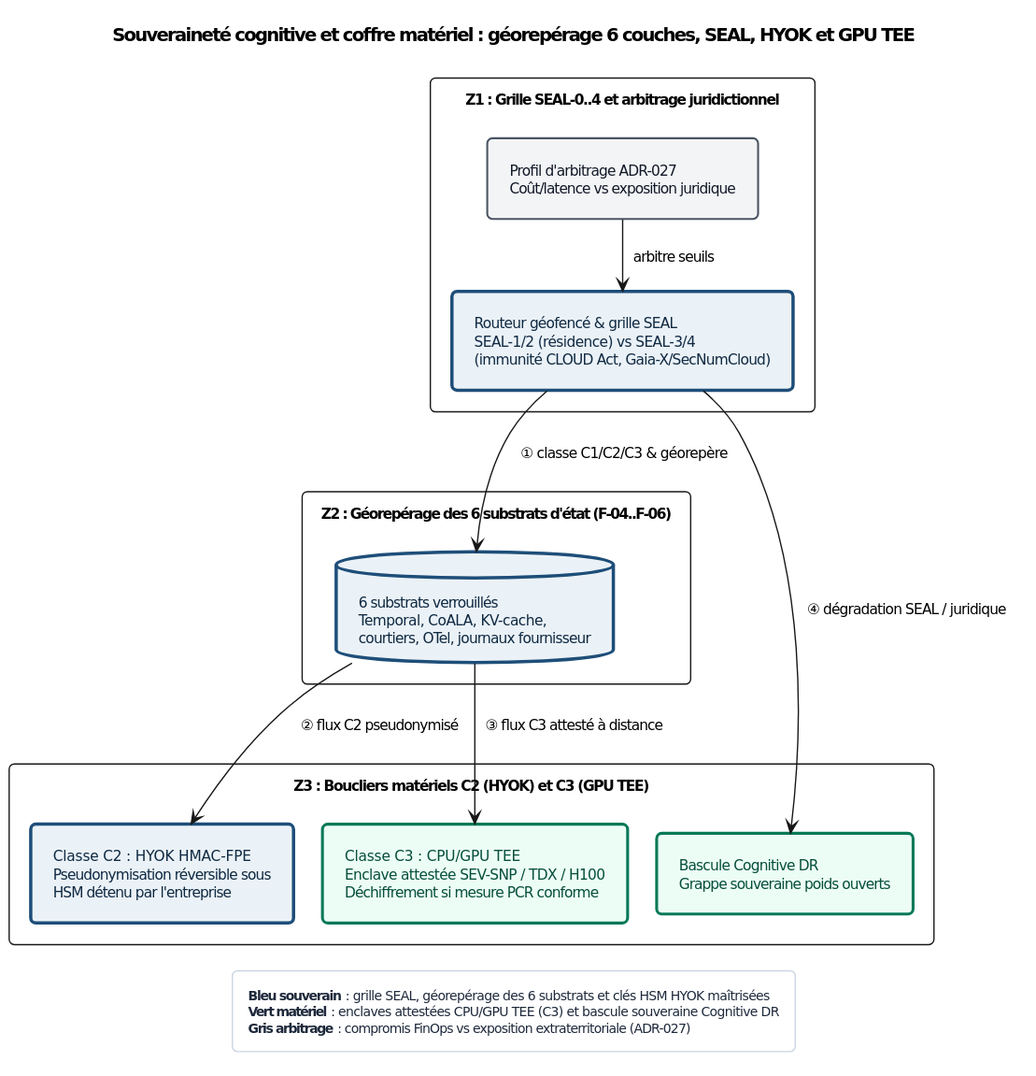
Earlier version of the PlantUML export Compendium/ouvrage/schemas/rendus/SCH-26-03.svg (agbruneau/Agentique).
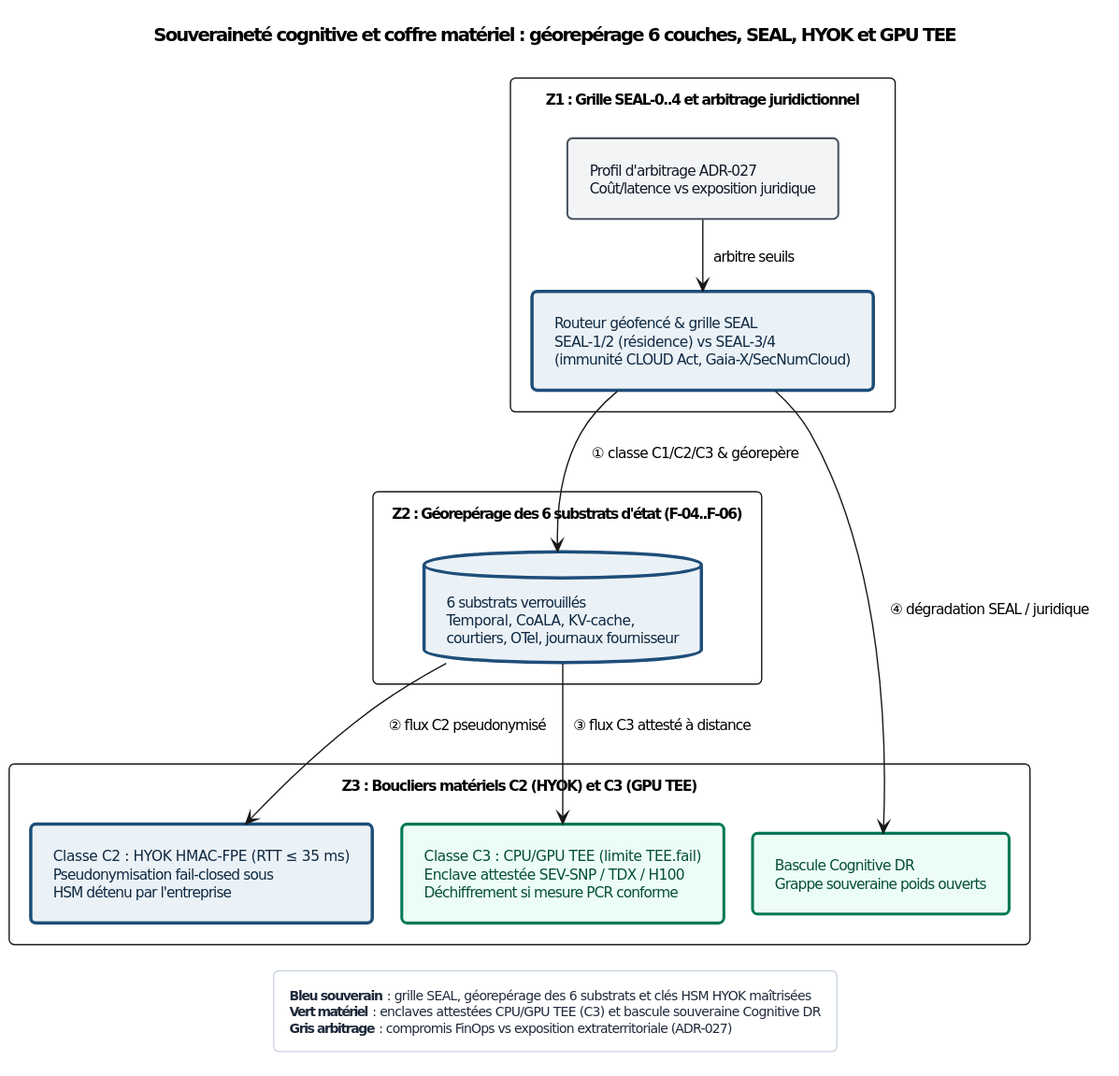
Above is the later version.

Diff of the diagram source:
```diff
@@ -67,8 +67,8 @@
   database "6 substrats verrouillés\nTemporal, CoALA, KV-cache,\ncourtiers, OTel, journaux fournisseur" as SUB6 <<det>>
 }
 package "Z3 : Boucliers matériels C2 (HYOK) et C3 (GPU TEE)" {
-  rectangle "Classe C2 : HYOK HMAC-FPE\nPseudonymisation réversible sous\nHSM détenu par l'entreprise" as HYOK <<det>>
-  rectangle "Classe C3 : CPU/GPU TEE\nEnclave attestée SEV-SNP / TDX / H100\nDéchiffrement si mesure PCR conforme" as TEE <<ok>>
+  rectangle "Classe C2 : HYOK HMAC-FPE (RTT ≤ 35 ms)\nPseudonymisation fail-closed sous\nHSM détenu par l'entreprise" as HYOK <<det>>
+  rectangle "Classe C3 : CPU/GPU TEE (limite TEE.fail)\nEnclave attestée SEV-SNP / TDX / H100\nDéchiffrement si mesure PCR conforme" as TEE <<ok>>
   rectangle "Bascule Cognitive DR\nGrappe souveraine poids ouverts" as DR <<ok>>
 }
 SEAL --> SUB6 : ① classe C1/C2/C3 & géorepère
```
